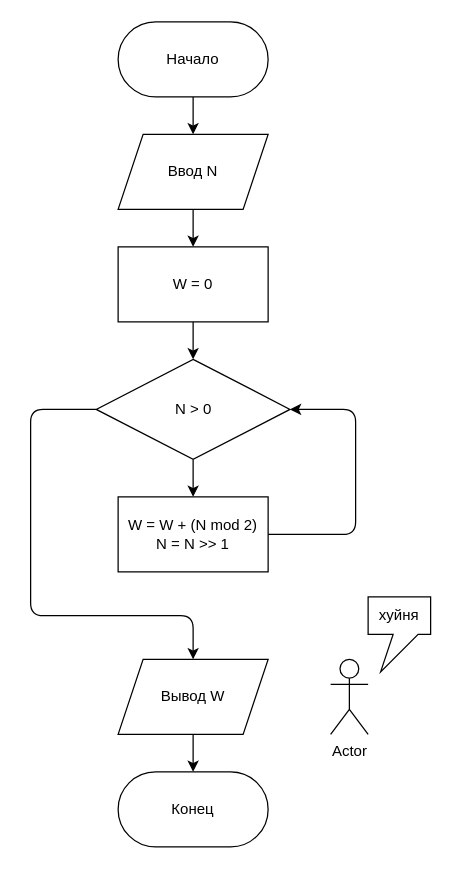
Above: Turlikov/count_ones/docs/no_array.drawio in potat-dev/cpplabs (draw.io), before the change. Source tidied: cells renumbered, new cells numbered last; positions are measured from the earlier drawing's top-left corner, leaving out a move shared by most shapes. Both pictures are drawn from the tidied source at 125%, with x=0, y=0 at pixel (30, 21).
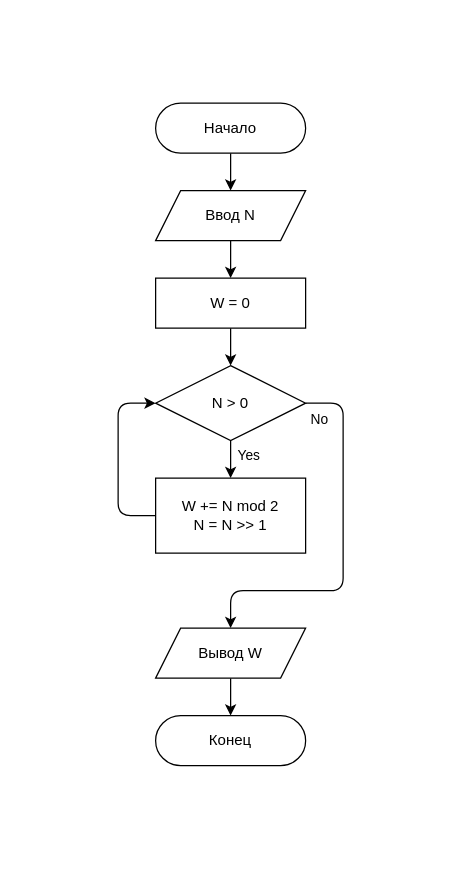
After the change.

Commit message (it also covers changes not shown here):
drawio block diagrams corrected

The change refers to these unchanged cells:
```xml
<mxCell id="8" style="edgeStyle=none;html=1;" parent="1" edge="1" source="10" target="12">
  <mxGeometry relative="1" as="geometry" />
</mxCell>
```

Diff of the diagram source:
```diff
@@
     <mxCell id="3" value="Начало" style="rounded=1;whiteSpace=wrap;html=1;arcSize=50;" parent="1" vertex="1">
-      <mxGeometry x="70" width="120" height="60" as="geometry" />
+      <mxGeometry x="100" y="65" width="120" height="40" as="geometry" />
     </mxCell>
@@
     <mxCell id="5" value="Ввод N" style="shape=parallelogram;perimeter=parallelogramPerimeter;whiteSpace=wrap;html=1;fixedSize=1;" parent="1" vertex="1">
-      <mxGeometry x="70" y="90" width="120" height="60" as="geometry" />
+      <mxGeometry x="100" y="135" width="120" height="40" as="geometry" />
     </mxCell>
-    <mxCell id="6" style="edgeStyle=none;html=1;" parent="1" edge="1" source="7" target="10">
+    <mxCell id="6" style="edgeStyle=none;html=1;exitX=0.5;exitY=1;exitDx=0;exitDy=0;" parent="1" edge="1" source="7" target="10">
       <mxGeometry relative="1" as="geometry" />
     </mxCell>
     <mxCell id="7" value="W = 0" style="rounded=0;whiteSpace=wrap;html=1;" parent="1" vertex="1">
-      <mxGeometry x="70" y="180" width="120" height="60" as="geometry" />
+      <mxGeometry x="100" y="205" width="120" height="40" as="geometry" />
     </mxCell>
@@
+    <mxCell id="18" value="Yes" style="edgeLabel;html=1;align=left;verticalAlign=middle;" parent="8" vertex="1">
+      <mxGeometry x="-0.18" relative="1" as="geometry">
+        <mxPoint x="4" y="-1" as="offset" />
+      </mxGeometry>
+    </mxCell>
-    <mxCell id="9" style="edgeStyle=none;html=1;exitX=0;exitY=0.5;exitDx=0;exitDy=0;entryX=0.5;entryY=0;entryDx=0;entryDy=0;" parent="1" edge="1" source="10" target="15">
+    <mxCell id="9" style="edgeStyle=none;html=1;entryX=0.5;entryY=0;entryDx=0;entryDy=0;" parent="1" edge="1" source="10" target="15">
       <mxGeometry relative="1" as="geometry">
         <Array as="points">
-          <mxPoint y="310" />
-          <mxPoint y="475" />
-          <mxPoint x="130" y="475" />
+          <mxPoint x="250" y="305" />
+          <mxPoint x="250" y="455" />
+          <mxPoint x="160" y="455" />
         </Array>
       </mxGeometry>
     </mxCell>
+    <mxCell id="19" value="No" style="edgeLabel;html=1;align=center;verticalAlign=top;" parent="9" vertex="1">
+      <mxGeometry x="-0.69" y="1" relative="1" as="geometry">
+        <mxPoint x="-21" y="-17" as="offset" />
+      </mxGeometry>
+    </mxCell>
     <mxCell id="10" value="N &amp;gt; 0" style="rhombus;whiteSpace=wrap;html=1;" parent="1" vertex="1">
-      <mxGeometry x="52.5" y="270" width="155" height="80" as="geometry" />
+      <mxGeometry x="100" y="275" width="120" height="60" as="geometry" />
     </mxCell>
-    <mxCell id="11" style="edgeStyle=none;html=1;exitX=1;exitY=0.5;exitDx=0;exitDy=0;entryX=1;entryY=0.5;entryDx=0;entryDy=0;" parent="1" edge="1" source="12" target="10">
+    <mxCell id="11" style="edgeStyle=none;html=1;exitX=0;exitY=0.5;exitDx=0;exitDy=0;entryX=0;entryY=0.5;entryDx=0;entryDy=0;" parent="1" edge="1" source="12" target="10">
       <mxGeometry relative="1" as="geometry">
         <Array as="points">
-          <mxPoint x="260" y="410" />
-          <mxPoint x="260" y="310" />
+          <mxPoint x="70" y="395" />
+          <mxPoint x="70" y="305" />
         </Array>
       </mxGeometry>
     </mxCell>
-    <mxCell id="12" value="W = W + (N mod 2)&lt;br&gt;N = N &amp;gt;&amp;gt; 1" style="rounded=0;whiteSpace=wrap;html=1;" parent="1" vertex="1">
-      <mxGeometry x="70" y="380" width="120" height="60" as="geometry" />
+    <mxCell id="12" value="W += N mod 2&lt;br&gt;N = N &amp;gt;&amp;gt; 1" style="rounded=0;whiteSpace=wrap;html=1;align=center;" parent="1" vertex="1">
+      <mxGeometry x="100" y="365" width="120" height="60" as="geometry" />
     </mxCell>
     <mxCell id="13" value="Конец" style="rounded=1;whiteSpace=wrap;html=1;arcSize=50;" parent="1" vertex="1">
-      <mxGeometry x="70" y="600" width="120" height="60" as="geometry" />
+      <mxGeometry x="100" y="555" width="120" height="40" as="geometry" />
     </mxCell>
@@
     <mxCell id="15" value="Вывод W" style="shape=parallelogram;perimeter=parallelogramPerimeter;whiteSpace=wrap;html=1;fixedSize=1;" parent="1" vertex="1">
-      <mxGeometry x="70" y="510" width="120" height="60" as="geometry" />
+      <mxGeometry x="100" y="485" width="120" height="40" as="geometry" />
     </mxCell>
-    <mxCell id="16" value="Actor" style="shape=umlActor;verticalLabelPosition=bottom;verticalAlign=top;html=1;" parent="1" vertex="1">
-      <mxGeometry x="240" y="510" width="30" height="60" as="geometry" />
-    </mxCell>
-    <mxCell id="17" value="хуйня" style="shape=callout;whiteSpace=wrap;html=1;perimeter=calloutPerimeter;position2=0.2;size=30;position=0.4;" parent="1" vertex="1">
-      <mxGeometry x="270" y="460" width="50" height="60" as="geometry" />
-    </mxCell>
```
